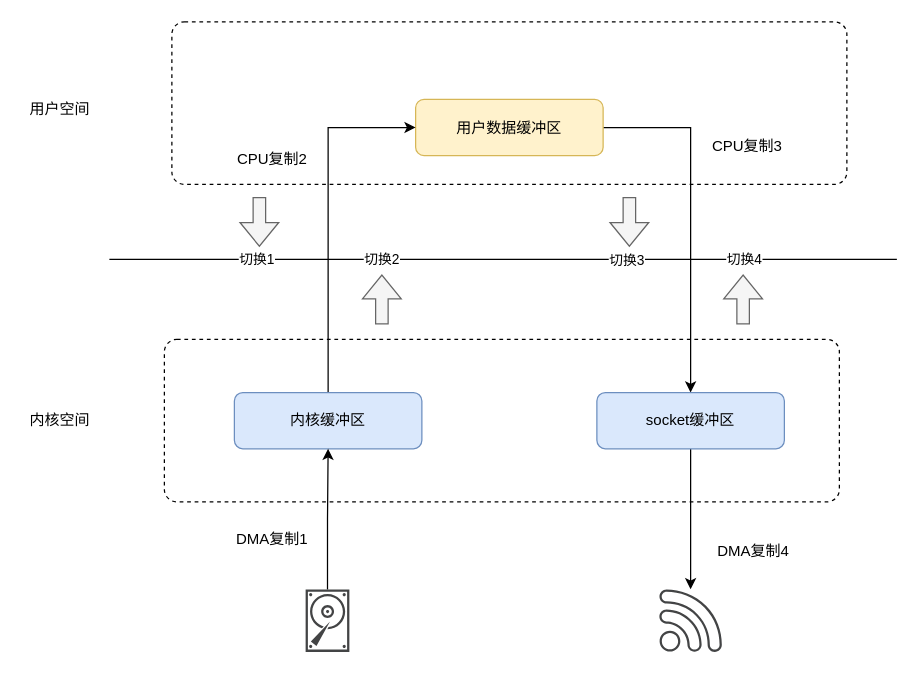
Earlier version of the draw.io diagram rocketmq/零拷贝.drawio (erlieStar/diagrams). Source tidied: cells renumbered, new cells numbered last; positions are measured from the earlier drawing's top-left corner, leaving out a move shared by most shapes. Both pictures are drawn from the tidied source at 125%, with x=0, y=0 at pixel (21, 21).
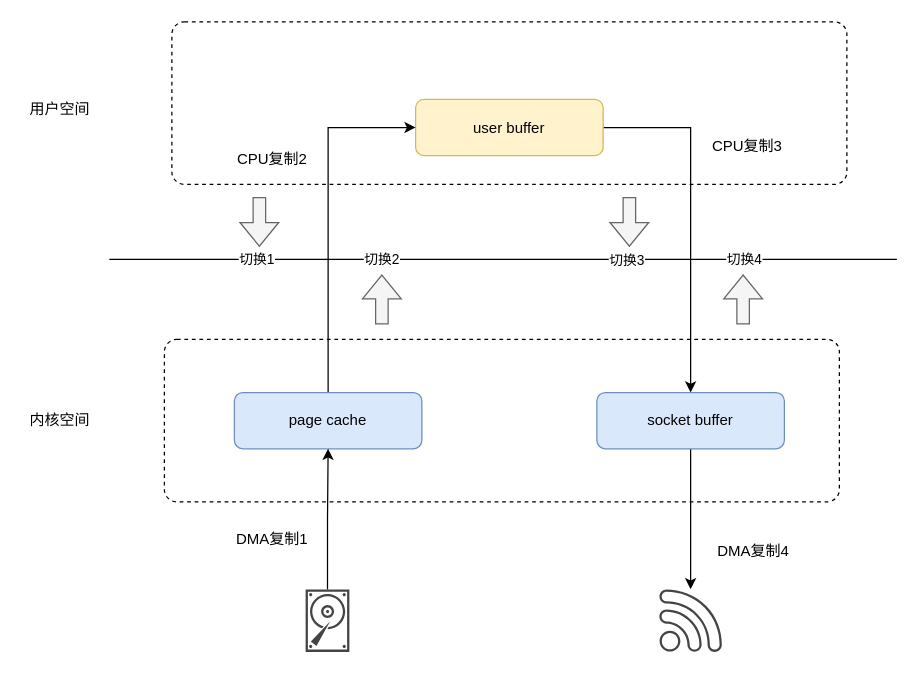
The same diagram, later.

What changed in the source:
```diff
@@
-    <mxCell id="12" value="用户数据缓冲区" style="rounded=1;whiteSpace=wrap;html=1;fillColor=#fff2cc;strokeColor=#d6b656;" parent="1" vertex="1">
+    <mxCell id="12" value="user buffer" style="rounded=1;whiteSpace=wrap;html=1;fillColor=#fff2cc;strokeColor=#d6b656;" parent="1" vertex="1">
       <mxGeometry x="315" y="62" width="150" height="45" as="geometry" />
     </mxCell>
@@
-    <mxCell id="14" value="内核缓冲区" style="rounded=1;whiteSpace=wrap;html=1;fillColor=#dae8fc;strokeColor=#6c8ebf;" parent="1" vertex="1">
+    <mxCell id="14" value="page cache" style="rounded=1;whiteSpace=wrap;html=1;fillColor=#dae8fc;strokeColor=#6c8ebf;" parent="1" vertex="1">
       <mxGeometry x="170" y="296.5" width="150" height="45" as="geometry" />
     </mxCell>
@@
-    <mxCell id="16" value="socket缓冲区" style="rounded=1;whiteSpace=wrap;html=1;fillColor=#dae8fc;strokeColor=#6c8ebf;" parent="1" vertex="1">
+    <mxCell id="16" value="socket buffer" style="rounded=1;whiteSpace=wrap;html=1;fillColor=#dae8fc;strokeColor=#6c8ebf;" parent="1" vertex="1">
       <mxGeometry x="460" y="296.5" width="150" height="45" as="geometry" />
     </mxCell>
```
